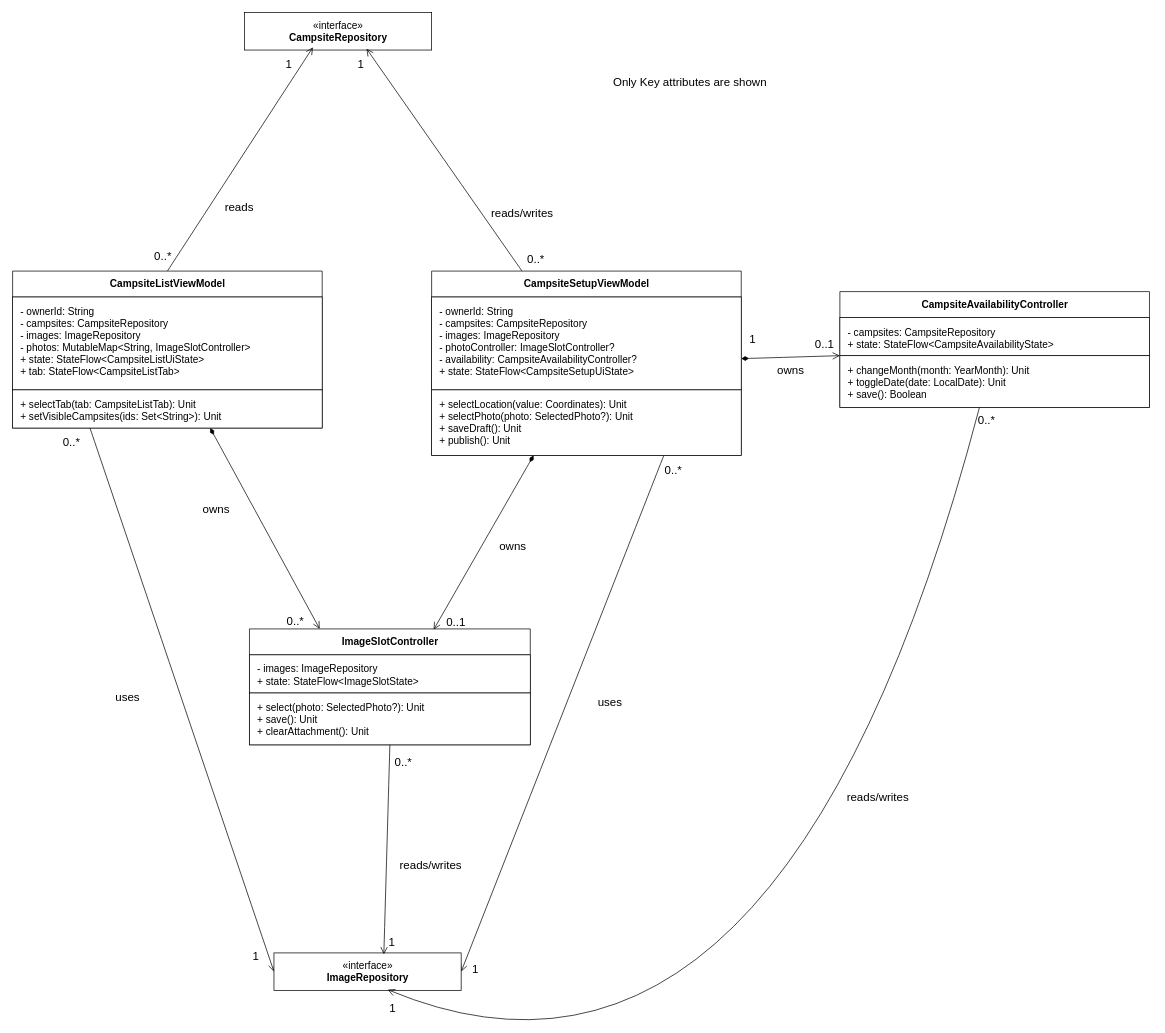
The draw.io diagram page "U2B" (2 of 4) of doc/UML.drawio in CMPUT301F26stderr/stderr-campsbridge, before the edit. Source tidied: cells renumbered, new cells numbered last; positions are measured from the earlier drawing's top-left corner, leaving out a move shared by most shapes. Both pictures are drawn from the tidied source at 72%, with x=0, y=0 at pixel (12, 12).
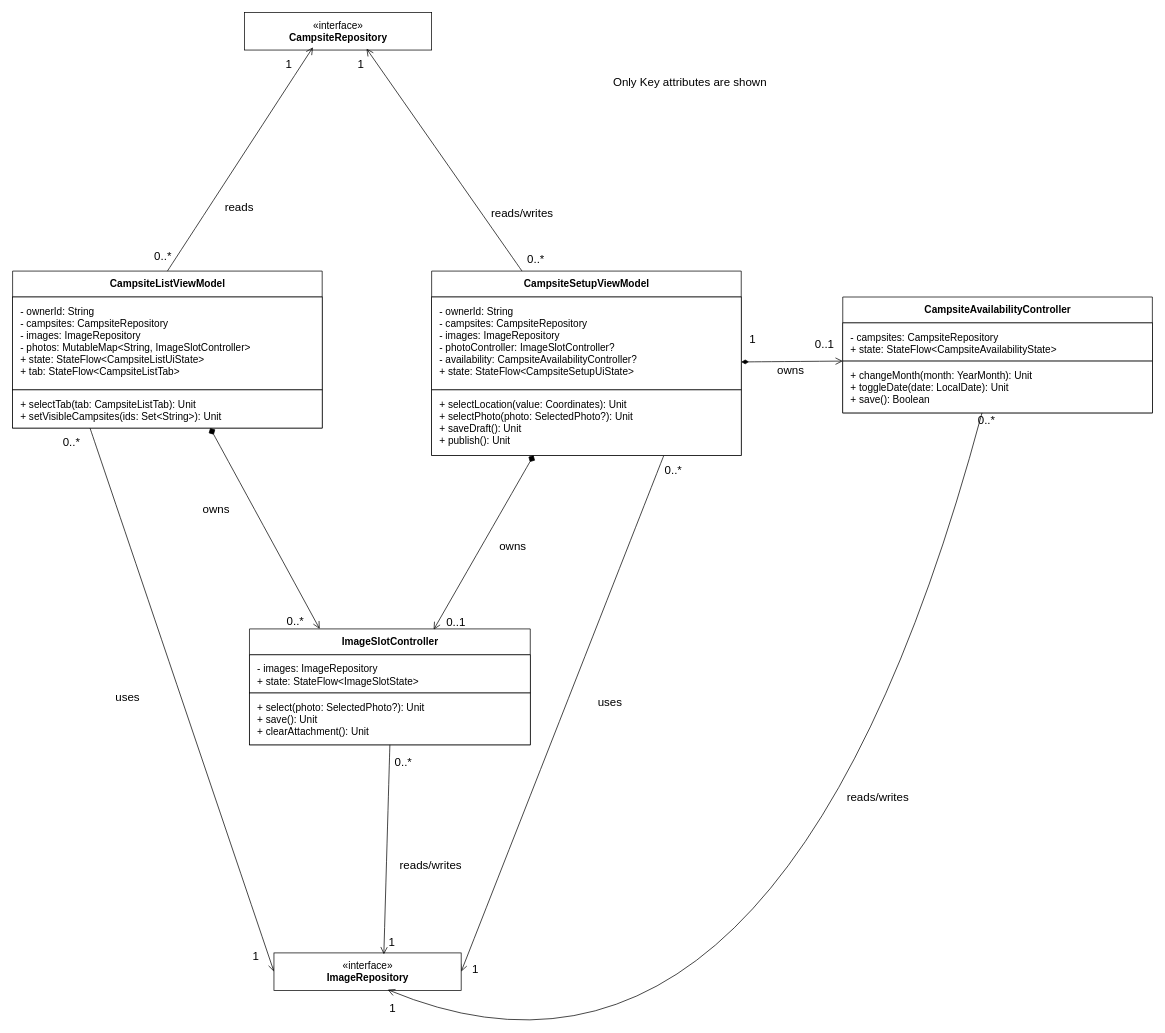
The same diagram, later.

Unchanged cells that the change refers to:
```xml
<mxCell id="4" value="&lt;b&gt;CampsiteListViewModel&lt;/b&gt;" style="html=1;rounded=0;fontFamily=Arial;fontSize=14;fontColor=#000000;strokeWidth=1;fillColor=#ffffff;strokeColor=#000000;shape=swimlane;startSize=36;swimlaneFillColor=#ffffff;" parent="1" vertex="1">
  <mxGeometry y="359" width="430" height="218" as="geometry" />
</mxCell>
<mxCell id="9" value="&lt;b&gt;CampsiteSetupViewModel&lt;/b&gt;" style="html=1;rounded=0;fontFamily=Arial;fontSize=14;fontColor=#000000;strokeWidth=1;fillColor=#ffffff;strokeColor=#000000;shape=swimlane;startSize=36;swimlaneFillColor=#ffffff;" parent="1" vertex="1">
  <mxGeometry x="582" y="359" width="430" height="256" as="geometry" />
</mxCell>
<mxCell id="21" value="&lt;b&gt;ImageSlotController&lt;/b&gt;" style="html=1;rounded=0;fontFamily=Arial;fontSize=14;fontColor=#000000;strokeWidth=1;fillColor=#ffffff;strokeColor=#000000;shape=swimlane;startSize=36;swimlaneFillColor=#ffffff;" parent="1" vertex="1">
  <mxGeometry x="329" y="856" width="390" height="161" as="geometry" />
</mxCell>
```

Change to the diagram source:
```diff
@@
-    <mxCell id="2" style="edgeStyle=none;curved=1;rounded=0;curveGeometry=1;jettySize=auto;html=1;entryX=0.25;entryY=0;entryDx=0;entryDy=0;fontSize=12;defaultLabelBackgroundColor=page;startSize=8;endSize=8;startArrow=diamondThin;startFill=1;endArrow=open;endFill=0;" parent="1" edge="1" source="4" target="21">
+    <mxCell id="2" style="edgeStyle=none;curved=1;rounded=0;curveGeometry=1;jettySize=auto;html=1;entryX=0.25;entryY=0;entryDx=0;entryDy=0;fontSize=12;defaultLabelBackgroundColor=page;startSize=8;endSize=8;startArrow=diamond;startFill=1;endArrow=open;endFill=0;" parent="1" edge="1" source="4" target="21">
       <mxGeometry relative="1" as="geometry" />
     </mxCell>
@@
-    <mxCell id="24" style="edgeStyle=none;curved=1;rounded=0;curveGeometry=1;jettySize=auto;html=1;entryX=0.656;entryY=0.006;entryDx=0;entryDy=0;entryPerimeter=0;fontSize=12;defaultLabelBackgroundColor=page;startSize=8;endSize=8;startArrow=diamondThin;startFill=1;endArrow=open;endFill=0;" parent="1" edge="1" source="9" target="21">
+    <mxCell id="24" style="edgeStyle=none;curved=1;rounded=0;curveGeometry=1;jettySize=auto;html=1;entryX=0.656;entryY=0.006;entryDx=0;entryDy=0;entryPerimeter=0;fontSize=12;defaultLabelBackgroundColor=page;startSize=8;endSize=8;startArrow=diamond;startFill=1;endArrow=open;endFill=0;flowAnimation=0;" parent="1" edge="1" source="9" target="21">
       <mxGeometry relative="1" as="geometry" />
     </mxCell>
@@
     <mxCell id="40" value="&lt;b&gt;CampsiteAvailabilityController&lt;/b&gt;" style="html=1;rounded=0;fontFamily=Arial;fontSize=14;fontColor=#000000;strokeWidth=1;fillColor=#ffffff;strokeColor=#000000;shape=swimlane;startSize=36;swimlaneFillColor=#ffffff;" parent="1" vertex="1">
-      <mxGeometry x="1149" y="387.5" width="430" height="161" as="geometry" />
+      <mxGeometry x="1153" y="395" width="430" height="161" as="geometry" />
     </mxCell>
```
